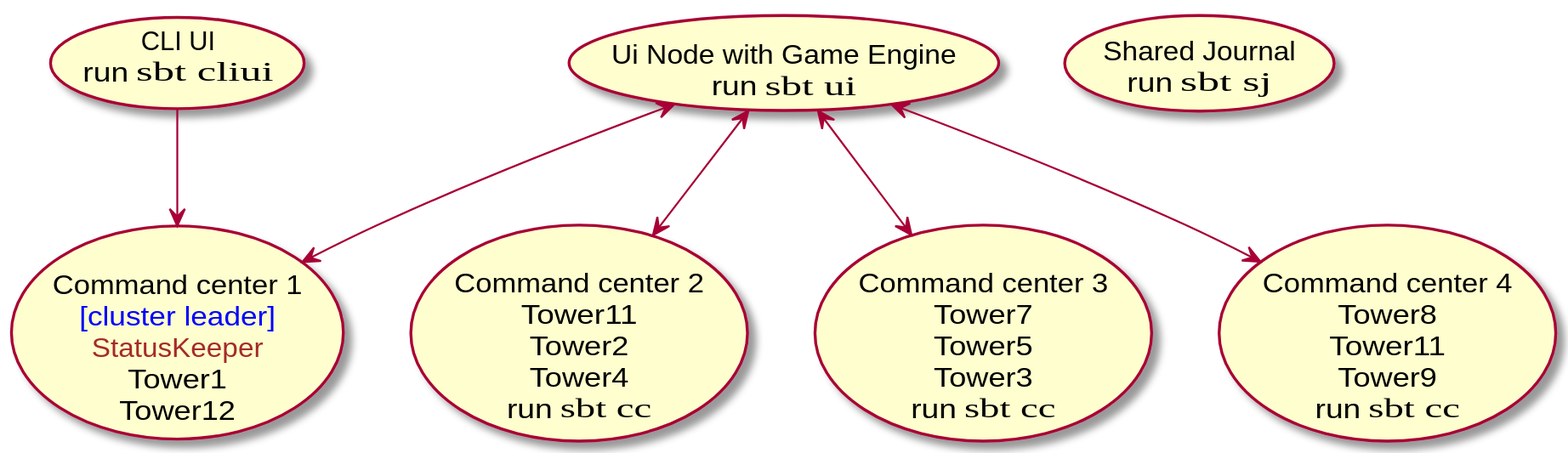
The PlantUML diagram doc/images/Cluster.svg in otrebski/reactive-missile-defend, before a commit. Its source is kept beside it as puml/Cluster.puml. The source it was exported from:
```plantuml
@startuml



(Ui Node with Game Engine\n run ""sbt ui"") as ui
(CLI UI\n run ""sbt cliui"") as cliui
(Shared Journal\n run ""sbt sj"") as (sj)

(Command center 1\n <color blue>[cluster leader]</color>\n<color brown>StatusKeeper\nTower1\nTower12) as (cc1)
(Command center 2\n Tower11\nTower2\nTower4\nrun ""sbt cc"") as (cc2)
(Command center 3\n Tower7\nTower5\nTower3\nrun ""sbt cc"") as (cc3)
(Command center 4\n Tower8\nTower11\nTower9\nrun ""sbt cc"") as (cc4)

ui <--> cc1
ui <--> cc2
ui <--> cc3
ui <--> cc4
cliui --> cc1
@enduml
```
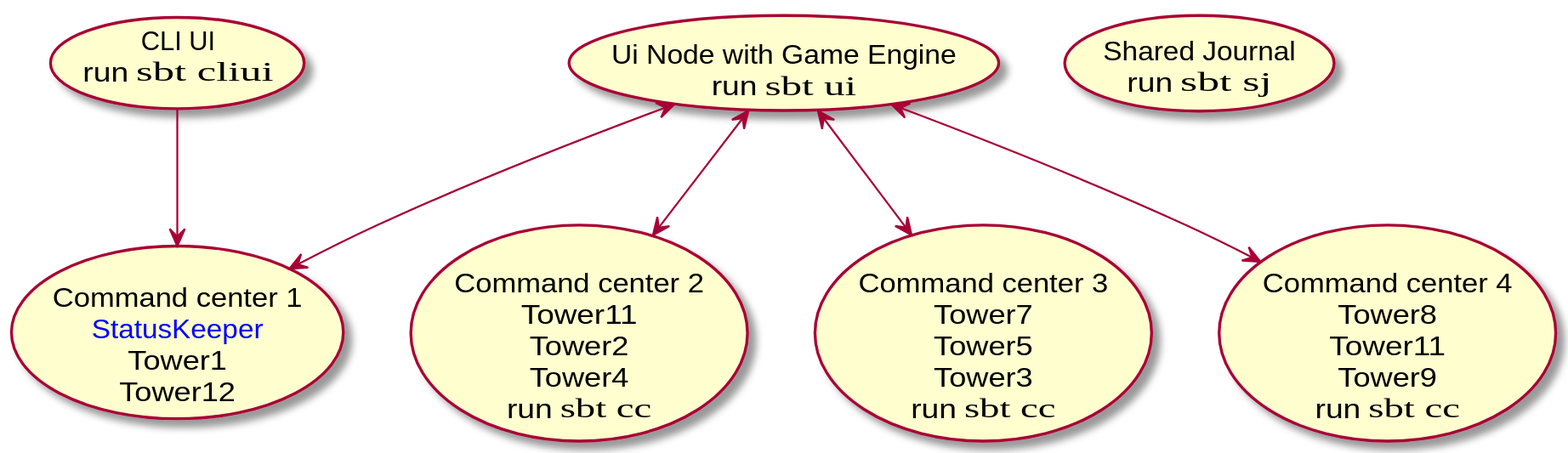
The same diagram one commit later.

The edit, as a diff of the source:
```diff
@@ -6,7 +6,7 @@
 (CLI UI\n run ""sbt cliui"") as cliui
 (Shared Journal\n run ""sbt sj"") as (sj)
 
-(Command center 1\n <color blue>[cluster leader]</color>\n<color brown>StatusKeeper\nTower1\nTower12) as (cc1)
+(Command center 1\n <color blue>StatusKeeper\nTower1\nTower12) as (cc1)
 (Command center 2\n Tower11\nTower2\nTower4\nrun ""sbt cc"") as (cc2)
 (Command center 3\n Tower7\nTower5\nTower3\nrun ""sbt cc"") as (cc3)
 (Command center 4\n Tower8\nTower11\nTower9\nrun ""sbt cc"") as (cc4)
```
